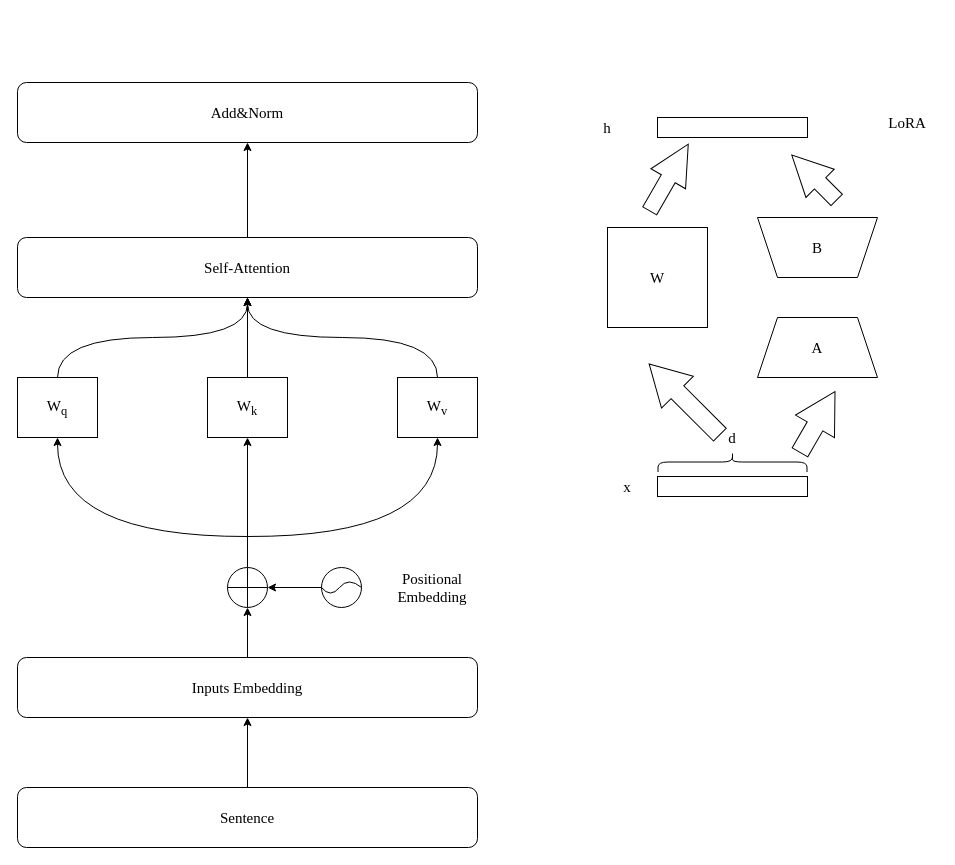
The draw.io diagram Figure2.drawio in SkyuForever/CRE-LLM, before the edit. Source tidied: cells renumbered, new cells numbered last; positions are measured from the earlier drawing's top-left corner, leaving out a move shared by most shapes. Both pictures are drawn from the tidied source at 100%, with x=0, y=0 at pixel (17, 82).
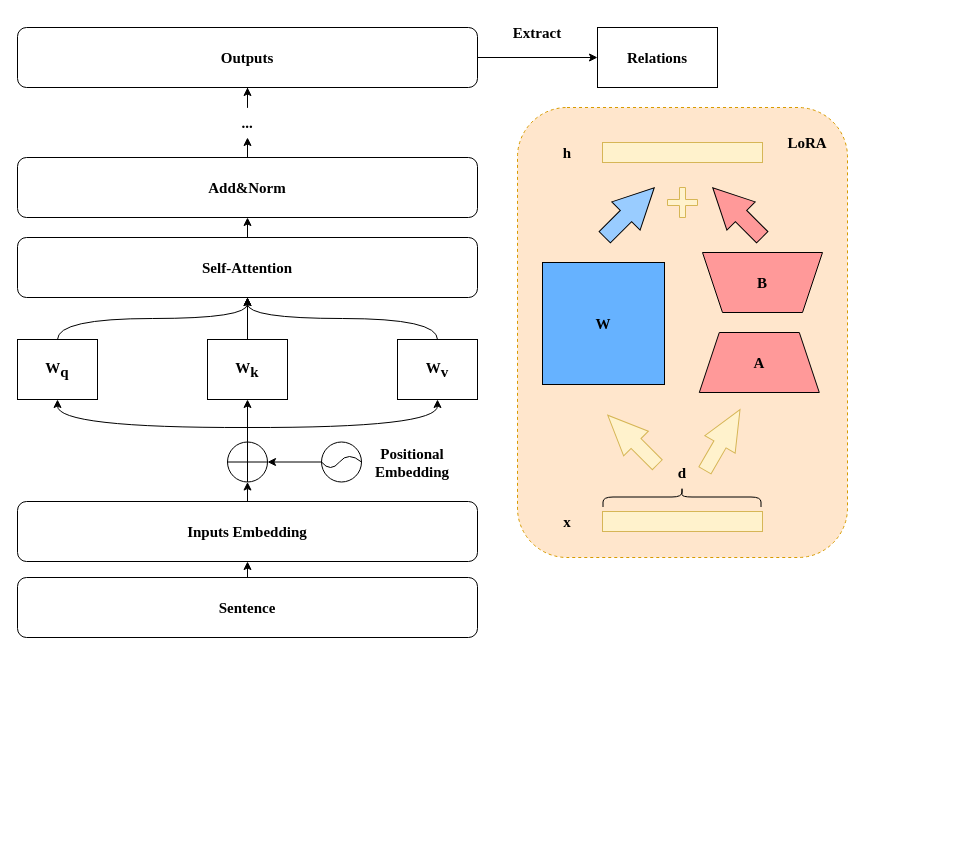
After the change.

The edit, as a diff of the source:
```diff
@@
+    <mxCell id="39" style="rounded=1;whiteSpace=wrap;html=1;dashed=1;fillColor=#ffe6cc;strokeColor=#d79b00;" parent="1" vertex="1">
+      <mxGeometry x="500" y="25" width="330" height="450" as="geometry" />
+    </mxCell>
-    <mxCell id="2" value="A" style="shape=trapezoid;perimeter=trapezoidPerimeter;whiteSpace=wrap;html=1;fixedSize=1;fontFamily=Times New Roman;fontSize=15;" parent="1" vertex="1">
-      <mxGeometry x="740" y="235" width="120" height="60" as="geometry" />
+    <mxCell id="2" value="A" style="shape=trapezoid;perimeter=trapezoidPerimeter;whiteSpace=wrap;html=1;fixedSize=1;fontFamily=Times New Roman;fontSize=15;fontStyle=1;fillColor=#FF9999;" parent="1" vertex="1">
+      <mxGeometry x="681.8" y="250" width="120" height="60" as="geometry" />
     </mxCell>
-    <mxCell id="3" style="shape=trapezoid;perimeter=trapezoidPerimeter;whiteSpace=wrap;html=1;fixedSize=1;rotation=-180;fontFamily=Times New Roman;fontSize=15;" parent="1" vertex="1">
-      <mxGeometry x="740" y="135" width="120" height="60" as="geometry" />
+    <mxCell id="3" style="shape=trapezoid;perimeter=trapezoidPerimeter;whiteSpace=wrap;html=1;fixedSize=1;rotation=-180;fontFamily=Times New Roman;fontSize=15;fontStyle=1;fillColor=#FF9999;" parent="1" vertex="1">
+      <mxGeometry x="685" y="170" width="120" height="60" as="geometry" />
     </mxCell>
-    <mxCell id="4" value="&lt;font style=&quot;font-size: 15px;&quot;&gt;B&lt;/font&gt;" style="text;html=1;strokeColor=none;fillColor=none;align=center;verticalAlign=middle;whiteSpace=wrap;rounded=0;fontFamily=Times New Roman;fontSize=15;" parent="1" vertex="1">
-      <mxGeometry x="770" y="150" width="60" height="30" as="geometry" />
+    <mxCell id="4" value="&lt;font style=&quot;font-size: 15px;&quot;&gt;B&lt;/font&gt;" style="text;html=1;strokeColor=none;fillColor=none;align=center;verticalAlign=middle;whiteSpace=wrap;rounded=0;fontFamily=Times New Roman;fontSize=15;fontStyle=1;" parent="1" vertex="1">
+      <mxGeometry x="715" y="185" width="60" height="30" as="geometry" />
     </mxCell>
-    <mxCell id="5" style="edgeStyle=orthogonalEdgeStyle;rounded=0;jettySize=auto;html=1;exitX=0.5;exitY=0;exitDx=0;exitDy=0;entryX=0.5;entryY=1;entryDx=0;entryDy=0;" parent="1" edge="1" source="6" target="24">
+    <mxCell id="5" style="edgeStyle=orthogonalEdgeStyle;rounded=0;jettySize=auto;html=1;exitX=0.5;exitY=0;exitDx=0;exitDy=0;entryX=0.5;entryY=1;entryDx=0;entryDy=0;fontFamily=Times New Roman;fontSize=15;fontStyle=1;" parent="1" edge="1" source="6" target="24">
       <mxGeometry relative="1" as="geometry" />
     </mxCell>
-    <mxCell id="6" value="Self-Attention" style="rounded=1;whiteSpace=wrap;html=1;fontFamily=Times New Roman;fontSize=15;" parent="1" vertex="1">
+    <mxCell id="6" value="Self-Attention" style="rounded=1;whiteSpace=wrap;html=1;fontFamily=Times New Roman;fontSize=15;fontStyle=1;" parent="1" vertex="1">
       <mxGeometry y="155" width="460" height="60" as="geometry" />
     </mxCell>
-    <mxCell id="7" style="edgeStyle=orthogonalEdgeStyle;rounded=0;jettySize=auto;html=1;exitX=0.5;exitY=0;exitDx=0;exitDy=0;curved=1;" parent="1" edge="1" source="8" target="6">
+    <mxCell id="7" style="edgeStyle=orthogonalEdgeStyle;rounded=0;jettySize=auto;html=1;exitX=0.5;exitY=0;exitDx=0;exitDy=0;curved=1;fontFamily=Times New Roman;fontSize=15;fontStyle=1;" parent="1" edge="1" source="8" target="6">
       <mxGeometry relative="1" as="geometry" />
     </mxCell>
-    <mxCell id="8" value="W&lt;sub&gt;q&lt;/sub&gt;" style="rounded=0;whiteSpace=wrap;html=1;fontFamily=Times New Roman;fontSize=15;" parent="1" vertex="1">
-      <mxGeometry y="295" width="80" height="60" as="geometry" />
+    <mxCell id="8" value="W&lt;sub style=&quot;font-size: 15px;&quot;&gt;q&lt;/sub&gt;" style="rounded=0;whiteSpace=wrap;html=1;fontFamily=Times New Roman;fontSize=15;fontStyle=1;" parent="1" vertex="1">
+      <mxGeometry y="257" width="80" height="60" as="geometry" />
     </mxCell>
-    <mxCell id="9" style="edgeStyle=orthogonalEdgeStyle;rounded=0;jettySize=auto;html=1;exitX=0.5;exitY=0;exitDx=0;exitDy=0;entryX=0.5;entryY=1;entryDx=0;entryDy=0;" parent="1" edge="1" source="10" target="6">
+    <mxCell id="9" style="edgeStyle=orthogonalEdgeStyle;rounded=0;jettySize=auto;html=1;exitX=0.5;exitY=0;exitDx=0;exitDy=0;entryX=0.5;entryY=1;entryDx=0;entryDy=0;fontFamily=Times New Roman;fontSize=15;fontStyle=1;" parent="1" edge="1" source="10" target="6">
       <mxGeometry relative="1" as="geometry" />
     </mxCell>
-    <mxCell id="10" value="W&lt;sub&gt;k&lt;/sub&gt;" style="rounded=0;whiteSpace=wrap;html=1;fontFamily=Times New Roman;fontSize=15;" parent="1" vertex="1">
-      <mxGeometry x="190" y="295" width="80" height="60" as="geometry" />
+    <mxCell id="10" value="W&lt;sub style=&quot;font-size: 15px;&quot;&gt;k&lt;/sub&gt;" style="rounded=0;whiteSpace=wrap;html=1;fontFamily=Times New Roman;fontSize=15;fontStyle=1;" parent="1" vertex="1">
+      <mxGeometry x="190" y="257" width="80" height="60" as="geometry" />
     </mxCell>
-    <mxCell id="11" style="edgeStyle=orthogonalEdgeStyle;rounded=0;jettySize=auto;html=1;exitX=0.5;exitY=0;exitDx=0;exitDy=0;entryX=0.5;entryY=1;entryDx=0;entryDy=0;curved=1;" parent="1" edge="1" source="12" target="6">
+    <mxCell id="11" style="edgeStyle=orthogonalEdgeStyle;rounded=0;jettySize=auto;html=1;exitX=0.5;exitY=0;exitDx=0;exitDy=0;entryX=0.5;entryY=1;entryDx=0;entryDy=0;curved=1;fontFamily=Times New Roman;fontSize=15;fontStyle=1;" parent="1" edge="1" source="12" target="6">
       <mxGeometry relative="1" as="geometry" />
     </mxCell>
-    <mxCell id="12" value="W&lt;sub&gt;v&lt;/sub&gt;" style="rounded=0;whiteSpace=wrap;html=1;fontFamily=Times New Roman;fontSize=15;" parent="1" vertex="1">
-      <mxGeometry x="380" y="295" width="80" height="60" as="geometry" />
+    <mxCell id="12" value="W&lt;sub style=&quot;font-size: 15px;&quot;&gt;v&lt;/sub&gt;" style="rounded=0;whiteSpace=wrap;html=1;fontFamily=Times New Roman;fontSize=15;fontStyle=1;" parent="1" vertex="1">
+      <mxGeometry x="380" y="257" width="80" height="60" as="geometry" />
     </mxCell>
-    <mxCell id="13" value="&lt;font style=&quot;font-size: 15px;&quot;&gt;W&lt;/font&gt;" style="whiteSpace=wrap;html=1;fontFamily=Times New Roman;fontSize=15;" parent="1" vertex="1">
-      <mxGeometry x="590" y="145" width="100" height="100" as="geometry" />
+    <mxCell id="13" value="&lt;font style=&quot;font-size: 15px;&quot;&gt;W&lt;/font&gt;" style="whiteSpace=wrap;html=1;fontFamily=Times New Roman;fontSize=15;fontStyle=1;fillColor=#66B2FF;" parent="1" vertex="1">
+      <mxGeometry x="525" y="180" width="122" height="122" as="geometry" />
     </mxCell>
-    <mxCell id="14" style="rounded=0;whiteSpace=wrap;html=1;fontFamily=Times New Roman;fontSize=15;" parent="1" vertex="1">
-      <mxGeometry x="640" y="394" width="150" height="20" as="geometry" />
+    <mxCell id="14" style="rounded=0;whiteSpace=wrap;html=1;fontFamily=Times New Roman;fontSize=15;fontStyle=1;fillColor=#fff2cc;strokeColor=#d6b656;" parent="1" vertex="1">
+      <mxGeometry x="585" y="429" width="160" height="20" as="geometry" />
     </mxCell>
-    <mxCell id="15" value="x" style="text;html=1;strokeColor=none;fillColor=none;align=center;verticalAlign=middle;whiteSpace=wrap;rounded=0;fontFamily=Times New Roman;fontSize=15;" parent="1" vertex="1">
-      <mxGeometry x="580" y="389" width="60" height="30" as="geometry" />
+    <mxCell id="15" value="x" style="text;html=1;strokeColor=none;fillColor=none;align=center;verticalAlign=middle;whiteSpace=wrap;rounded=0;fontFamily=Times New Roman;fontSize=15;fontStyle=1;" parent="1" vertex="1">
+      <mxGeometry x="520" y="424" width="60" height="30" as="geometry" />
     </mxCell>
-    <mxCell id="16" style="shape=curlyBracket;whiteSpace=wrap;html=1;rounded=1;flipH=1;labelPosition=right;verticalLabelPosition=middle;align=left;verticalAlign=middle;rotation=-90;fontFamily=Times New Roman;fontSize=15;" parent="1" vertex="1">
-      <mxGeometry x="705" y="305" width="20" height="149" as="geometry" />
+    <mxCell id="16" style="shape=curlyBracket;whiteSpace=wrap;html=1;rounded=1;flipH=1;labelPosition=right;verticalLabelPosition=middle;align=left;verticalAlign=middle;rotation=-90;fontFamily=Times New Roman;fontSize=15;fontStyle=1;" parent="1" vertex="1">
+      <mxGeometry x="654.5" y="335.5" width="20" height="158" as="geometry" />
     </mxCell>
-    <mxCell id="17" value="d" style="text;html=1;strokeColor=none;fillColor=none;align=center;verticalAlign=middle;whiteSpace=wrap;rounded=0;fontFamily=Times New Roman;fontSize=15;" parent="1" vertex="1">
-      <mxGeometry x="685" y="340" width="60" height="30" as="geometry" />
+    <mxCell id="17" value="d" style="text;html=1;strokeColor=none;fillColor=none;align=center;verticalAlign=middle;whiteSpace=wrap;rounded=0;fontFamily=Times New Roman;fontSize=15;fontStyle=1;" parent="1" vertex="1">
+      <mxGeometry x="635" y="375" width="60" height="30" as="geometry" />
     </mxCell>
-    <mxCell id="18" style="rounded=0;whiteSpace=wrap;html=1;fontFamily=Times New Roman;fontSize=15;" parent="1" vertex="1">
-      <mxGeometry x="640" y="35" width="150" height="20" as="geometry" />
+    <mxCell id="18" style="rounded=0;whiteSpace=wrap;html=1;fontFamily=Times New Roman;fontSize=15;fontStyle=1;fillColor=#fff2cc;strokeColor=#d6b656;" parent="1" vertex="1">
+      <mxGeometry x="585" y="60" width="160" height="20" as="geometry" />
     </mxCell>
-    <mxCell id="19" value="h" style="text;html=1;strokeColor=none;fillColor=none;align=center;verticalAlign=middle;whiteSpace=wrap;rounded=0;fontFamily=Times New Roman;fontSize=15;" parent="1" vertex="1">
-      <mxGeometry x="560" y="30" width="60" height="30" as="geometry" />
+    <mxCell id="19" value="h" style="text;html=1;strokeColor=none;fillColor=none;align=center;verticalAlign=middle;whiteSpace=wrap;rounded=0;fontFamily=Times New Roman;fontSize=15;fontStyle=1;" parent="1" vertex="1">
+      <mxGeometry x="520" y="55" width="60" height="30" as="geometry" />
     </mxCell>
-    <mxCell id="20" style="html=1;shadow=0;dashed=0;align=center;verticalAlign=middle;shape=mxgraph.arrows2.arrow;dy=0.6;dx=40;notch=0;rotation=-135;" parent="1" vertex="1">
-      <mxGeometry x="617" y="294.3" width="100" height="45" as="geometry" />
+    <mxCell id="20" style="html=1;shadow=0;dashed=0;align=center;verticalAlign=middle;shape=mxgraph.arrows2.arrow;dy=0.6;dx=40;notch=0;rotation=-135;fontFamily=Times New Roman;fontSize=15;fontStyle=1;fillColor=#fff2cc;strokeColor=#d6b656;" parent="1" vertex="1">
+      <mxGeometry x="580" y="340" width="70" height="35" as="geometry" />
     </mxCell>
-    <mxCell id="21" style="html=1;shadow=0;dashed=0;align=center;verticalAlign=middle;shape=mxgraph.arrows2.arrow;dy=0.6;dx=40;notch=0;rotation=-60;" parent="1" vertex="1">
-      <mxGeometry x="765" y="317" width="70" height="45" as="geometry" />
+    <mxCell id="21" style="html=1;shadow=0;dashed=0;align=center;verticalAlign=middle;shape=mxgraph.arrows2.arrow;dy=0.6;dx=40;notch=0;rotation=-60;fontFamily=Times New Roman;fontSize=15;fontStyle=1;fillColor=#fff2cc;strokeColor=#d6b656;" parent="1" vertex="1">
+      <mxGeometry x="670" y="340" width="70" height="35" as="geometry" />
     </mxCell>
-    <mxCell id="22" style="html=1;shadow=0;dashed=0;align=center;verticalAlign=middle;shape=mxgraph.arrows2.arrow;dy=0.6;dx=40;notch=0;rotation=-60;" parent="1" vertex="1">
-      <mxGeometry x="613" y="75" width="77" height="40" as="geometry" />
+    <mxCell id="22" style="html=1;shadow=0;dashed=0;align=center;verticalAlign=middle;shape=mxgraph.arrows2.arrow;dy=0.6;dx=40;notch=0;rotation=-45;fontFamily=Times New Roman;fontSize=15;fontStyle=1;fillColor=#99CCFF;" parent="1" vertex="1">
+      <mxGeometry x="577" y="110" width="70" height="40" as="geometry" />
     </mxCell>
-    <mxCell id="23" style="html=1;shadow=0;dashed=0;align=center;verticalAlign=middle;shape=mxgraph.arrows2.arrow;dy=0.6;dx=40;notch=0;rotation=-135;" parent="1" vertex="1">
-      <mxGeometry x="765" y="75" width="63.5" height="40" as="geometry" />
+    <mxCell id="23" style="html=1;shadow=0;dashed=0;align=center;verticalAlign=middle;shape=mxgraph.arrows2.arrow;dy=0.6;dx=40;notch=0;rotation=-135;fontFamily=Times New Roman;fontSize=15;fontStyle=1;fillColor=#FF9999;" parent="1" vertex="1">
+      <mxGeometry x="685" y="110" width="70" height="40" as="geometry" />
     </mxCell>
+    <mxCell id="40" style="edgeStyle=orthogonalEdgeStyle;rounded=0;jettySize=auto;html=1;exitX=0.5;exitY=0;exitDx=0;exitDy=0;entryX=0.5;entryY=1;entryDx=0;entryDy=0;fontFamily=Times New Roman;fontSize=15;fontStyle=1;" parent="1" edge="1" source="24" target="44">
+      <mxGeometry relative="1" as="geometry" />
+    </mxCell>
-    <mxCell id="24" value="Add&amp;amp;Norm" style="rounded=1;whiteSpace=wrap;html=1;fontFamily=Times New Roman;fontSize=15;" parent="1" vertex="1">
-      <mxGeometry width="460" height="60" as="geometry" />
+    <mxCell id="24" value="Add&amp;amp;Norm" style="rounded=1;whiteSpace=wrap;html=1;fontFamily=Times New Roman;fontSize=15;fontStyle=1;" parent="1" vertex="1">
+      <mxGeometry y="75" width="460" height="60" as="geometry" />
     </mxCell>
-    <mxCell id="25" value="LoRA" style="text;html=1;strokeColor=none;fillColor=none;align=center;verticalAlign=middle;whiteSpace=wrap;rounded=0;fontSize=15;fontFamily=Times New Roman;" parent="1" vertex="1">
-      <mxGeometry x="860" y="25" width="60" height="30" as="geometry" />
+    <mxCell id="25" value="LoRA" style="text;html=1;strokeColor=none;fillColor=none;align=center;verticalAlign=middle;whiteSpace=wrap;rounded=0;fontSize=15;fontFamily=Times New Roman;fontStyle=1;" parent="1" vertex="1">
+      <mxGeometry x="760" y="45" width="60" height="30" as="geometry" />
     </mxCell>
-    <mxCell id="26" style="edgeStyle=orthogonalEdgeStyle;rounded=0;jettySize=auto;html=1;exitX=0.5;exitY=0;exitDx=0;exitDy=0;entryX=0.5;entryY=1;entryDx=0;entryDy=0;curved=1;" parent="1" edge="1" target="8">
+    <mxCell id="26" style="edgeStyle=orthogonalEdgeStyle;rounded=0;jettySize=auto;html=1;entryX=0.5;entryY=1;entryDx=0;entryDy=0;curved=1;fontFamily=Times New Roman;fontSize=15;fontStyle=1;" parent="1" edge="1" target="8">
       <mxGeometry relative="1" as="geometry">
-        <mxPoint x="230" y="454" as="sourcePoint" />
+        <mxPoint x="230" y="345" as="sourcePoint" />
       </mxGeometry>
     </mxCell>
-    <mxCell id="27" style="edgeStyle=orthogonalEdgeStyle;rounded=0;jettySize=auto;html=1;exitX=0.5;exitY=0;exitDx=0;exitDy=0;entryX=0.5;entryY=1;entryDx=0;entryDy=0;curved=1;" parent="1" edge="1" target="12">
+    <mxCell id="27" style="edgeStyle=orthogonalEdgeStyle;rounded=0;jettySize=auto;html=1;entryX=0.5;entryY=1;entryDx=0;entryDy=0;curved=1;fontFamily=Times New Roman;fontSize=15;fontStyle=1;" parent="1" edge="1" target="12">
       <mxGeometry relative="1" as="geometry">
-        <mxPoint x="230" y="454" as="sourcePoint" />
+        <mxPoint x="230" y="345" as="sourcePoint" />
       </mxGeometry>
     </mxCell>
-    <mxCell id="28" style="edgeStyle=orthogonalEdgeStyle;rounded=0;jettySize=auto;html=1;exitX=0.5;exitY=0;exitDx=0;exitDy=0;exitPerimeter=0;" parent="1" edge="1" source="29" target="10">
+    <mxCell id="28" style="edgeStyle=orthogonalEdgeStyle;rounded=0;jettySize=auto;html=1;exitX=0.5;exitY=0;exitDx=0;exitDy=0;exitPerimeter=0;fontFamily=Times New Roman;fontSize=15;fontStyle=1;" parent="1" edge="1" source="29" target="10">
       <mxGeometry relative="1" as="geometry" />
     </mxCell>
-    <mxCell id="29" style="verticalLabelPosition=bottom;verticalAlign=top;html=1;shape=mxgraph.flowchart.summing_function;" parent="1" vertex="1">
-      <mxGeometry x="210" y="485" width="40" height="40" as="geometry" />
+    <mxCell id="29" style="verticalLabelPosition=bottom;verticalAlign=top;html=1;shape=mxgraph.flowchart.summing_function;fontFamily=Times New Roman;fontSize=15;fontStyle=1;" parent="1" vertex="1">
+      <mxGeometry x="210" y="359.5" width="40" height="40" as="geometry" />
     </mxCell>
-    <mxCell id="30" value="Inputs Embedding" style="rounded=1;whiteSpace=wrap;html=1;fontFamily=Times New Roman;fontSize=15;" parent="1" vertex="1">
-      <mxGeometry y="575" width="460" height="60" as="geometry" />
+    <mxCell id="30" value="Inputs Embedding" style="rounded=1;whiteSpace=wrap;html=1;fontFamily=Times New Roman;fontSize=15;fontStyle=1;" parent="1" vertex="1">
+      <mxGeometry y="419" width="460" height="60" as="geometry" />
     </mxCell>
-    <mxCell id="31" style="edgeStyle=orthogonalEdgeStyle;rounded=0;jettySize=auto;html=1;exitX=0.5;exitY=0;exitDx=0;exitDy=0;entryX=0.5;entryY=1;entryDx=0;entryDy=0;entryPerimeter=0;" parent="1" edge="1" source="30" target="29">
+    <mxCell id="31" style="edgeStyle=orthogonalEdgeStyle;rounded=0;jettySize=auto;html=1;exitX=0.5;exitY=0;exitDx=0;exitDy=0;entryX=0.5;entryY=1;entryDx=0;entryDy=0;entryPerimeter=0;fontFamily=Times New Roman;fontSize=15;fontStyle=1;" parent="1" edge="1" source="30" target="29">
       <mxGeometry relative="1" as="geometry" />
     </mxCell>
-    <mxCell id="32" style="edgeStyle=orthogonalEdgeStyle;rounded=0;jettySize=auto;html=1;exitX=0.5;exitY=0;exitDx=0;exitDy=0;entryX=0.5;entryY=1;entryDx=0;entryDy=0;" parent="1" edge="1" source="33" target="30">
+    <mxCell id="32" style="edgeStyle=orthogonalEdgeStyle;rounded=0;jettySize=auto;html=1;exitX=0.5;exitY=0;exitDx=0;exitDy=0;entryX=0.5;entryY=1;entryDx=0;entryDy=0;fontFamily=Times New Roman;fontSize=15;fontStyle=1;" parent="1" edge="1" source="33" target="30">
       <mxGeometry relative="1" as="geometry" />
     </mxCell>
-    <mxCell id="33" value="Sentence" style="rounded=1;whiteSpace=wrap;html=1;fontFamily=Times New Roman;fontSize=15;" parent="1" vertex="1">
-      <mxGeometry y="705" width="460" height="60" as="geometry" />
+    <mxCell id="33" value="Sentence" style="rounded=1;whiteSpace=wrap;html=1;fontFamily=Times New Roman;fontSize=15;fontStyle=1;" parent="1" vertex="1">
+      <mxGeometry y="495" width="460" height="60" as="geometry" />
     </mxCell>
-    <mxCell id="34" style="group;rotation=-180;" parent="1" vertex="1">
-      <mxGeometry x="304" y="485" width="40" height="40" as="geometry" />
+    <mxCell id="34" style="group;rotation=-180;fontFamily=Times New Roman;fontSize=15;fontStyle=1;" parent="1" vertex="1">
+      <mxGeometry x="304" y="359.5" width="40" height="40" as="geometry" />
     </mxCell>
-    <mxCell id="35" style="ellipse;whiteSpace=wrap;html=1;rotation=-180;" parent="34" vertex="1">
+    <mxCell id="35" style="ellipse;whiteSpace=wrap;html=1;rotation=-180;fontFamily=Times New Roman;fontSize=15;fontStyle=1;" parent="34" vertex="1">
       <mxGeometry width="40" height="40" as="geometry" />
     </mxCell>
-    <mxCell id="36" style="endArrow=none;html=1;rounded=0;entryX=1;entryY=0.5;entryDx=0;entryDy=0;exitX=0;exitY=0.5;exitDx=0;exitDy=0;curved=1;" parent="34" edge="1" source="35" target="35">
+    <mxCell id="36" style="endArrow=none;html=1;rounded=0;entryX=1;entryY=0.5;entryDx=0;entryDy=0;exitX=0;exitY=0.5;exitDx=0;exitDy=0;curved=1;fontFamily=Times New Roman;fontSize=15;fontStyle=1;" parent="34" edge="1" source="35" target="35">
       <mxGeometry relative="1" as="geometry">
         <Array as="points">
           <mxPoint x="27" y="9" />
           <mxPoint x="9" y="31" />
         </Array>
       </mxGeometry>
     </mxCell>
-    <mxCell id="37" style="edgeStyle=orthogonalEdgeStyle;rounded=0;jettySize=auto;html=1;exitX=1;exitY=0.5;exitDx=0;exitDy=0;entryX=1;entryY=0.5;entryDx=0;entryDy=0;entryPerimeter=0;" parent="1" edge="1" source="35" target="29">
+    <mxCell id="37" style="edgeStyle=orthogonalEdgeStyle;rounded=0;jettySize=auto;html=1;exitX=1;exitY=0.5;exitDx=0;exitDy=0;entryX=1;entryY=0.5;entryDx=0;entryDy=0;entryPerimeter=0;fontFamily=Times New Roman;fontSize=15;fontStyle=1;" parent="1" edge="1" source="35" target="29">
       <mxGeometry relative="1" as="geometry" />
     </mxCell>
-    <mxCell id="38" value="Positional&lt;br style=&quot;font-size: 15px;&quot;&gt;Embedding" style="text;html=1;strokeColor=none;fillColor=none;align=center;verticalAlign=middle;whiteSpace=wrap;rounded=0;fontSize=15;fontFamily=Times New Roman;" parent="1" vertex="1">
-      <mxGeometry x="380" y="485" width="70" height="40" as="geometry" />
+    <mxCell id="38" value="Positional&lt;br style=&quot;font-size: 15px;&quot;&gt;Embedding" style="text;html=1;strokeColor=none;fillColor=none;align=center;verticalAlign=middle;whiteSpace=wrap;rounded=0;fontSize=15;fontFamily=Times New Roman;fontStyle=1;" parent="1" vertex="1">
+      <mxGeometry x="360" y="359.5" width="70" height="40" as="geometry" />
     </mxCell>
+    <mxCell id="41" style="edgeStyle=orthogonalEdgeStyle;rounded=0;jettySize=auto;html=1;exitX=1;exitY=0.5;exitDx=0;exitDy=0;entryX=0;entryY=0.5;entryDx=0;entryDy=0;" parent="1" edge="1" source="42" target="45">
+      <mxGeometry relative="1" as="geometry" />
+    </mxCell>
+    <mxCell id="42" value="Outputs" style="rounded=1;whiteSpace=wrap;html=1;fontFamily=Times New Roman;fontSize=15;fontStyle=1;" parent="1" vertex="1">
+      <mxGeometry y="-55" width="460" height="60" as="geometry" />
+    </mxCell>
+    <mxCell id="43" style="edgeStyle=orthogonalEdgeStyle;rounded=0;jettySize=auto;html=1;exitX=0.5;exitY=0;exitDx=0;exitDy=0;fontFamily=Times New Roman;fontSize=15;fontStyle=1;" parent="1" edge="1" source="44" target="42">
+      <mxGeometry relative="1" as="geometry" />
+    </mxCell>
+    <mxCell id="44" value="..." style="text;html=1;strokeColor=none;fillColor=none;align=center;verticalAlign=middle;whiteSpace=wrap;rounded=0;fontFamily=Times New Roman;fontSize=15;fontStyle=1;" parent="1" vertex="1">
+      <mxGeometry x="175" y="25" width="110" height="30" as="geometry" />
+    </mxCell>
+    <mxCell id="45" value="Relations" style="rounded=0;whiteSpace=wrap;html=1;fontFamily=Times New Roman;fontSize=15;fontStyle=1;" parent="1" vertex="1">
+      <mxGeometry x="580" y="-55" width="120" height="60" as="geometry" />
+    </mxCell>
+    <mxCell id="46" value="Extract" style="text;html=1;strokeColor=none;fillColor=none;align=center;verticalAlign=middle;whiteSpace=wrap;rounded=0;fontFamily=Times New Roman;fontSize=15;fontStyle=1;" parent="1" vertex="1">
+      <mxGeometry x="480" y="-65" width="80" height="30" as="geometry" />
+    </mxCell>
+    <mxCell id="47" style="shape=cross;whiteSpace=wrap;html=1;fillColor=#fff2cc;strokeColor=#d6b656;" parent="1" vertex="1">
+      <mxGeometry x="650" y="105" width="30" height="30" as="geometry" />
+    </mxCell>
+    <mxCell id="48" style="edgeStyle=orthogonalEdgeStyle;rounded=0;orthogonalLoop=1;jettySize=auto;html=1;exitX=0.5;exitY=1;exitDx=0;exitDy=0;" parent="1" edge="1" source="14" target="14">
+      <mxGeometry relative="1" as="geometry" />
+    </mxCell>
```
